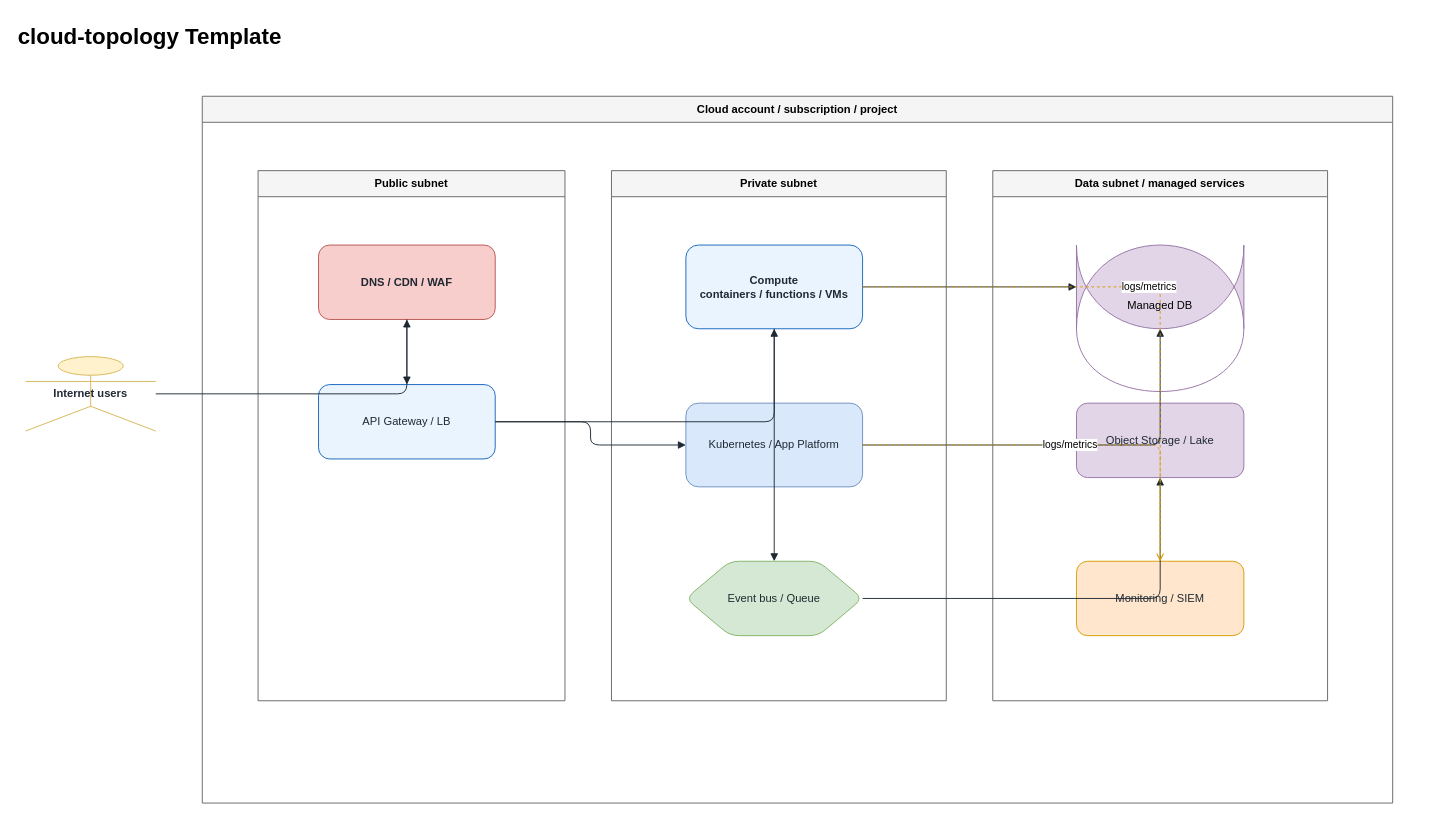
fjgonzalezmgt/drawingskills keeps this draw.io diagram as examples/software-infra-analytics/cloud-topology.drawio. Above is the earlier version. Source tidied: cells renumbered, new cells numbered last; positions are measured from the earlier drawing's top-left corner, leaving out a move shared by most shapes. Both pictures are drawn from the tidied source at 93%, with x=0, y=0 at pixel (16, 16).
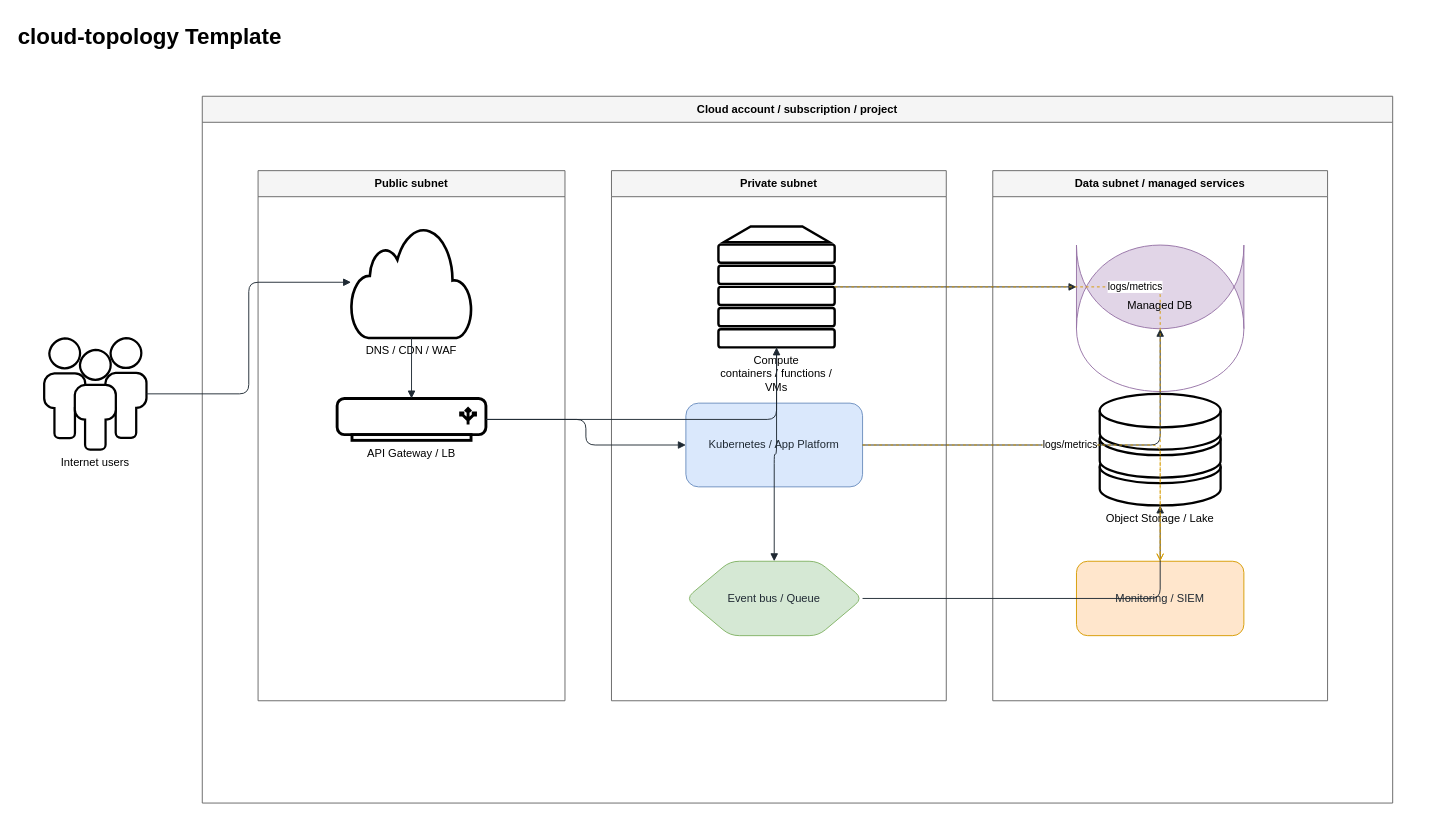
Above is the later version.

Change to the diagram source:
```diff
@@
-    <mxCell id="7" value="Internet users" style="rounded=1;whiteSpace=wrap;html=1;fillColor=#FFF2CC;strokeColor=#D6B656;fontColor=#1F2933;shape=umlActor;fontStyle=1;" parent="1" vertex="1">
-      <mxGeometry x="10" y="366" width="140" height="80" as="geometry" />
+    <mxCell id="7" value="Internet users" style="shape=mxgraph.networks.users;whiteSpace=wrap;html=1;verticalLabelPosition=bottom;verticalAlign=top;align=center;" parent="1" vertex="1">
+      <mxGeometry x="30" y="346" width="110" height="120" as="geometry" />
     </mxCell>
-    <mxCell id="8" value="DNS / CDN / WAF" style="rounded=1;whiteSpace=wrap;html=1;fillColor=#F8CECC;strokeColor=#B85450;fontColor=#1F2933;fontStyle=1;" parent="1" vertex="1">
-      <mxGeometry x="325" y="246" width="190" height="80" as="geometry" />
+    <mxCell id="8" value="DNS / CDN / WAF" style="shape=mxgraph.networks.cloud;whiteSpace=wrap;html=1;verticalLabelPosition=bottom;verticalAlign=top;align=center;" parent="1" vertex="1">
+      <mxGeometry x="360" y="226" width="130" height="120" as="geometry" />
     </mxCell>
-    <mxCell id="9" value="API Gateway / LB" style="rounded=1;whiteSpace=wrap;html=1;fillColor=#EAF4FE;strokeColor=#1565C0;fontColor=#1F2933;" parent="1" vertex="1">
-      <mxGeometry x="325" y="396" width="190" height="80" as="geometry" />
+    <mxCell id="9" value="API Gateway / LB" style="shape=mxgraph.networks.load_balancer;whiteSpace=wrap;html=1;verticalLabelPosition=bottom;verticalAlign=top;align=center;" parent="1" vertex="1">
+      <mxGeometry x="345" y="411" width="160" height="45" as="geometry" />
     </mxCell>
-    <mxCell id="10" value="Compute&lt;br&gt;containers / functions / VMs" style="rounded=1;whiteSpace=wrap;html=1;fillColor=#EAF4FE;strokeColor=#1565C0;fontColor=#1F2933;fontStyle=1;" parent="1" vertex="1">
-      <mxGeometry x="720" y="246" width="190" height="90" as="geometry" />
+    <mxCell id="10" value="Compute&lt;br&gt;containers / functions / VMs" style="shape=mxgraph.networks.server;whiteSpace=wrap;html=1;verticalLabelPosition=bottom;verticalAlign=top;align=center;" parent="1" vertex="1">
+      <mxGeometry x="755" y="226" width="125" height="130" as="geometry" />
     </mxCell>
@@
-    <mxCell id="14" value="Object Storage / Lake" style="rounded=1;whiteSpace=wrap;html=1;fillColor=#E1D5E7;strokeColor=#9673A6;fontColor=#1F2933;" parent="1" vertex="1">
-      <mxGeometry x="1140" y="416" width="180" height="80" as="geometry" />
+    <mxCell id="14" value="Object Storage / Lake" style="shape=mxgraph.networks.storage;whiteSpace=wrap;html=1;verticalLabelPosition=bottom;verticalAlign=top;align=center;" parent="1" vertex="1">
+      <mxGeometry x="1165" y="406" width="130" height="120" as="geometry" />
     </mxCell>
```
